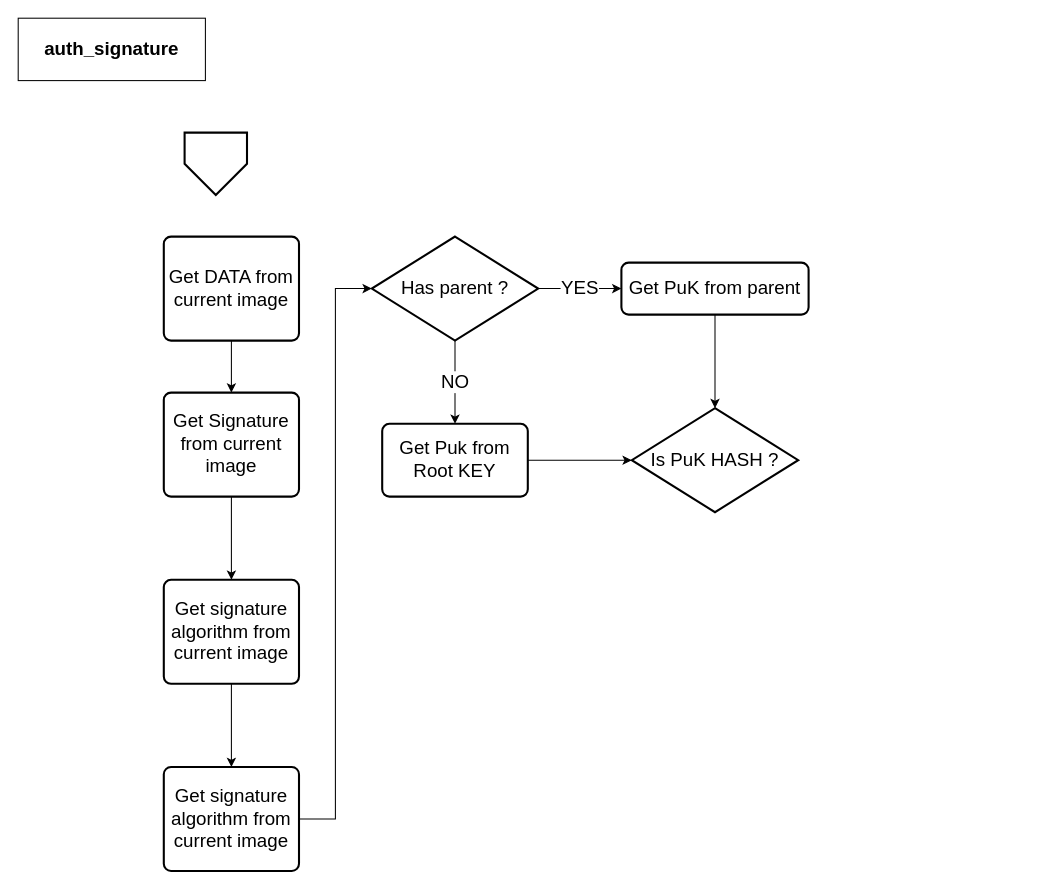
Earlier version of the draw.io diagram page "auth_signature" (6 of 6) of mbedx509_parser.drawio (daichin/secureboot). Source tidied: cells renumbered, new cells numbered last; positions are measured from the earlier drawing's top-left corner, leaving out a move shared by most shapes. Both pictures are drawn from the tidied source at 104%, with x=0, y=0 at pixel (18, 18).
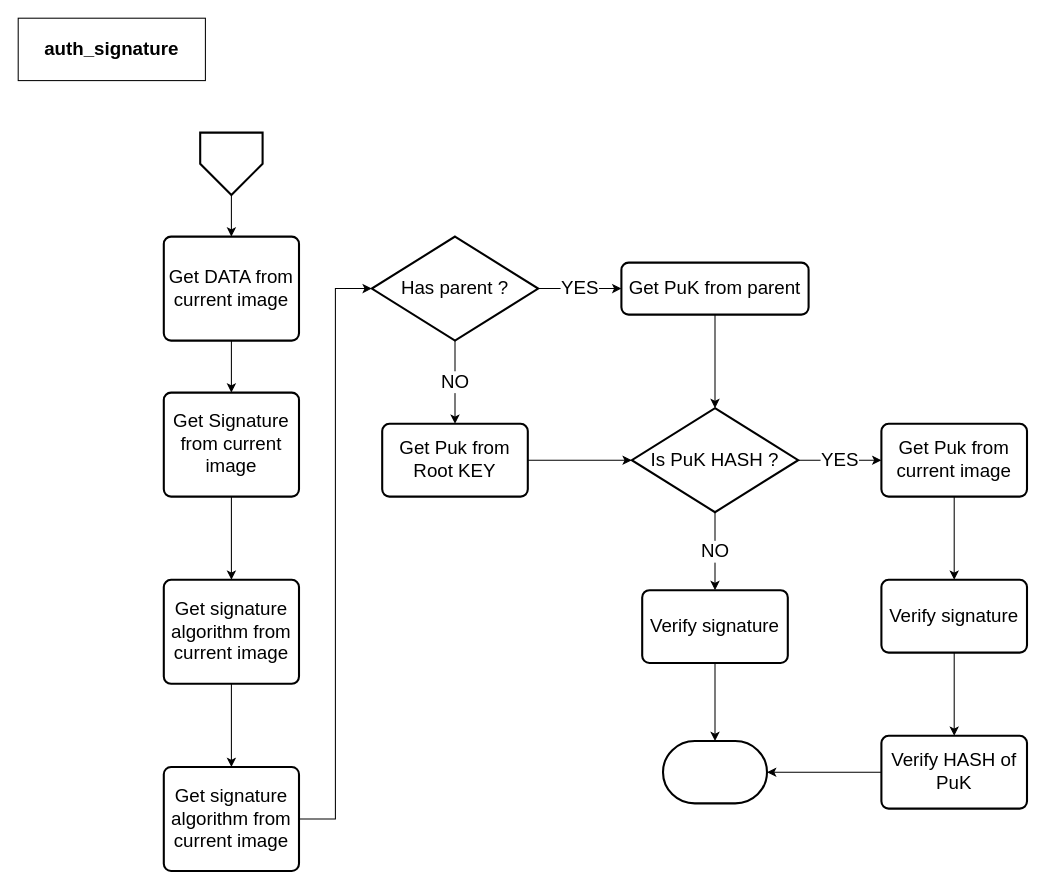
Above is the later version.

Unchanged cells that the change refers to:
```xml
<mxCell id="5" value="Get DATA from current image" style="rounded=1;whiteSpace=wrap;html=1;absoluteArcSize=1;arcSize=14;strokeWidth=2;fontSize=18;align=center;" parent="1" vertex="1">
  <mxGeometry x="140" y="210" width="130" height="100" as="geometry" />
</mxCell>
<mxCell id="19" value="Is PuK HASH ?" style="strokeWidth=2;html=1;shape=mxgraph.flowchart.decision;whiteSpace=wrap;fontSize=18;align=center;" parent="1" vertex="1">
  <mxGeometry x="590" y="375" width="160" height="100" as="geometry" />
</mxCell>
```

The edit, as a diff of the source:
```diff
@@
+    <mxCell id="20" style="edgeStyle=orthogonalEdgeStyle;rounded=0;jettySize=auto;html=1;fontSize=18;" parent="1" edge="1" source="3" target="5">
+      <mxGeometry relative="1" as="geometry" />
+    </mxCell>
     <mxCell id="3" style="verticalLabelPosition=bottom;verticalAlign=top;html=1;strokeWidth=2;shape=offPageConnector;rounded=0;size=0.5;fontSize=18;align=center;" parent="1" vertex="1">
-      <mxGeometry x="160" y="110" width="60" height="60" as="geometry" />
+      <mxGeometry x="175" y="110" width="60" height="60" as="geometry" />
     </mxCell>
@@
+    <mxCell id="21" value="YES" style="edgeStyle=orthogonalEdgeStyle;rounded=0;jettySize=auto;html=1;fontSize=18;" parent="1" edge="1" source="19" target="24">
+      <mxGeometry relative="1" as="geometry" />
+    </mxCell>
+    <mxCell id="22" value="NO" style="edgeStyle=orthogonalEdgeStyle;rounded=0;jettySize=auto;html=1;fontSize=18;" parent="1" edge="1" source="19" target="30">
+      <mxGeometry relative="1" as="geometry" />
+    </mxCell>
@@
+    <mxCell id="23" style="edgeStyle=orthogonalEdgeStyle;rounded=0;jettySize=auto;html=1;fontSize=18;" parent="1" edge="1" source="24" target="26">
+      <mxGeometry relative="1" as="geometry" />
+    </mxCell>
+    <mxCell id="24" value="Get Puk from current image" style="rounded=1;whiteSpace=wrap;html=1;absoluteArcSize=1;arcSize=14;strokeWidth=2;fontSize=18;align=center;" parent="1" vertex="1">
+      <mxGeometry x="830" y="390" width="140" height="70" as="geometry" />
+    </mxCell>
+    <mxCell id="25" style="edgeStyle=orthogonalEdgeStyle;rounded=0;jettySize=auto;html=1;fontSize=18;" parent="1" edge="1" source="26" target="28">
+      <mxGeometry relative="1" as="geometry" />
+    </mxCell>
+    <mxCell id="26" value="Verify signature" style="rounded=1;whiteSpace=wrap;html=1;absoluteArcSize=1;arcSize=14;strokeWidth=2;fontSize=18;align=center;" parent="1" vertex="1">
+      <mxGeometry x="830" y="540" width="140" height="70" as="geometry" />
+    </mxCell>
+    <mxCell id="27" style="edgeStyle=orthogonalEdgeStyle;rounded=0;jettySize=auto;html=1;exitX=0;exitY=0.5;exitDx=0;exitDy=0;entryX=1;entryY=0.5;entryDx=0;entryDy=0;entryPerimeter=0;fontSize=18;" parent="1" edge="1" source="28" target="31">
+      <mxGeometry relative="1" as="geometry" />
+    </mxCell>
+    <mxCell id="28" value="Verify HASH of PuK" style="rounded=1;whiteSpace=wrap;html=1;absoluteArcSize=1;arcSize=14;strokeWidth=2;fontSize=18;align=center;" parent="1" vertex="1">
+      <mxGeometry x="830" y="690" width="140" height="70" as="geometry" />
+    </mxCell>
+    <mxCell id="29" style="edgeStyle=orthogonalEdgeStyle;rounded=0;jettySize=auto;html=1;fontSize=18;" parent="1" edge="1" source="30" target="31">
+      <mxGeometry relative="1" as="geometry" />
+    </mxCell>
+    <mxCell id="30" value="Verify signature" style="rounded=1;whiteSpace=wrap;html=1;absoluteArcSize=1;arcSize=14;strokeWidth=2;fontSize=18;align=center;" parent="1" vertex="1">
+      <mxGeometry x="600" y="550" width="140" height="70" as="geometry" />
+    </mxCell>
+    <mxCell id="31" style="strokeWidth=2;html=1;shape=mxgraph.flowchart.terminator;whiteSpace=wrap;fontSize=18;align=center;" parent="1" vertex="1">
+      <mxGeometry x="620" y="695" width="100" height="60" as="geometry" />
+    </mxCell>
```
